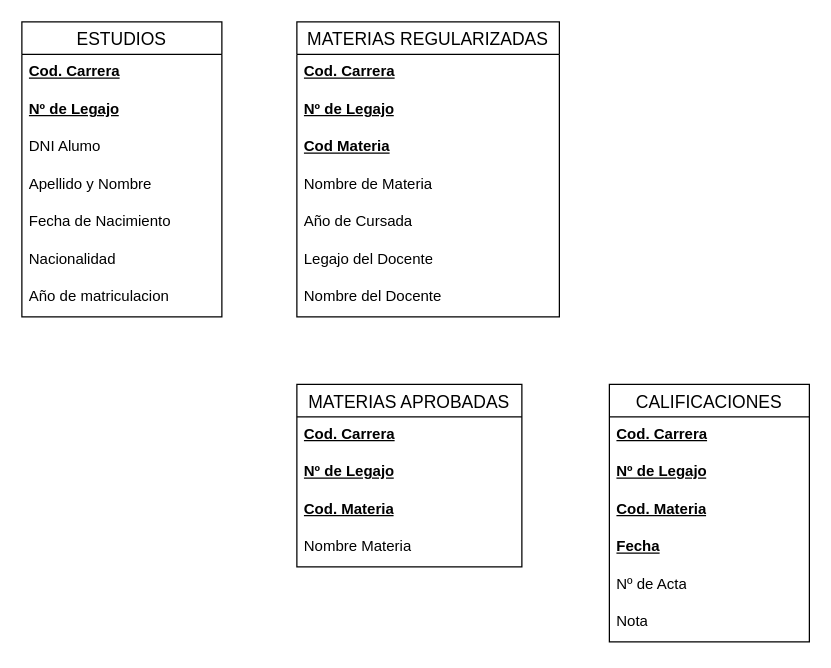
Libreman3/Trabajos keeps this draw.io diagram as Grupo13-ESTUDIOS.drawio. Above is the earlier version. Source tidied: cells renumbered, new cells numbered last; positions are measured from the earlier drawing's top-left corner, leaving out a move shared by most shapes. Both pictures are drawn from the tidied source at 125%, with x=0, y=0 at pixel (21, 21).
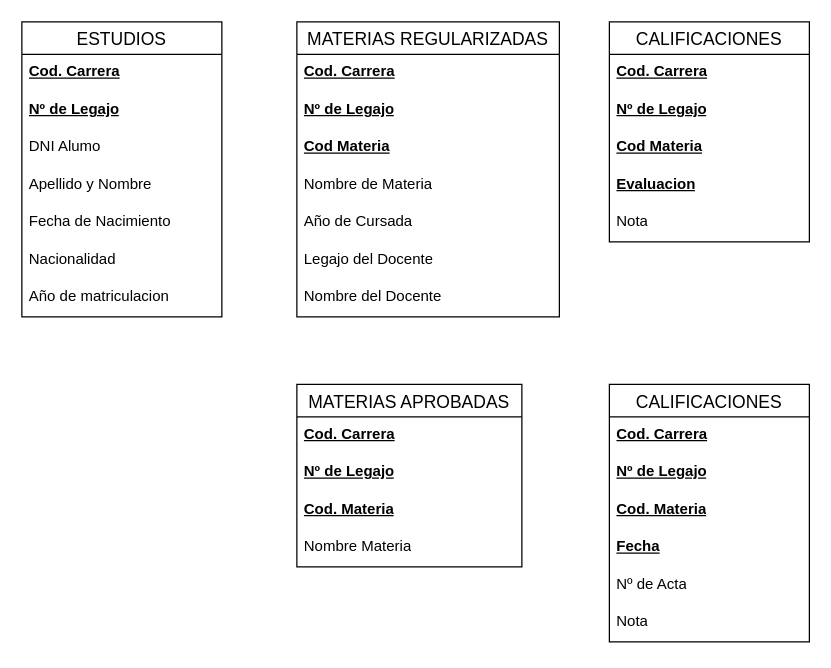
Above is the later version.

What changed in the source:
```diff
@@
+    <mxCell id="30" value="CALIFICACIONES" style="swimlane;fontStyle=0;horizontal=1;startSize=26;align=center;fontSize=14;" parent="1" vertex="1">
+      <mxGeometry x="470" width="160" height="176" as="geometry" />
+    </mxCell>
+    <mxCell id="31" value="&lt;u&gt;&lt;b&gt;Cod. Carrera&lt;/b&gt;&lt;/u&gt;" style="text;strokeColor=none;fillColor=none;spacingLeft=4;spacingRight=4;overflow=hidden;fontSize=12;whiteSpace=wrap;html=1;" parent="30" vertex="1">
+      <mxGeometry y="26" width="160" height="30" as="geometry" />
+    </mxCell>
+    <mxCell id="32" value="&lt;u&gt;&lt;b&gt;Nº de Legajo&lt;/b&gt;&lt;/u&gt;" style="text;strokeColor=none;fillColor=none;spacingLeft=4;spacingRight=4;overflow=hidden;fontSize=12;whiteSpace=wrap;html=1;" parent="30" vertex="1">
+      <mxGeometry y="56" width="160" height="30" as="geometry" />
+    </mxCell>
+    <mxCell id="33" value="&lt;u&gt;&lt;b&gt;Cod Materia&lt;/b&gt;&lt;/u&gt;" style="text;strokeColor=none;fillColor=none;spacingLeft=4;spacingRight=4;overflow=hidden;fontSize=12;whiteSpace=wrap;html=1;" parent="30" vertex="1">
+      <mxGeometry y="86" width="160" height="30" as="geometry" />
+    </mxCell>
+    <mxCell id="34" value="&lt;u&gt;&lt;b&gt;Evaluacion&lt;/b&gt;&lt;/u&gt;" style="text;strokeColor=none;fillColor=none;spacingLeft=4;spacingRight=4;overflow=hidden;fontSize=12;whiteSpace=wrap;html=1;" parent="30" vertex="1">
+      <mxGeometry y="116" width="160" height="30" as="geometry" />
+    </mxCell>
+    <mxCell id="35" value="Nota" style="text;strokeColor=none;fillColor=none;spacingLeft=4;spacingRight=4;overflow=hidden;fontSize=12;whiteSpace=wrap;html=1;" parent="30" vertex="1">
+      <mxGeometry y="146" width="160" height="30" as="geometry" />
+    </mxCell>
```
